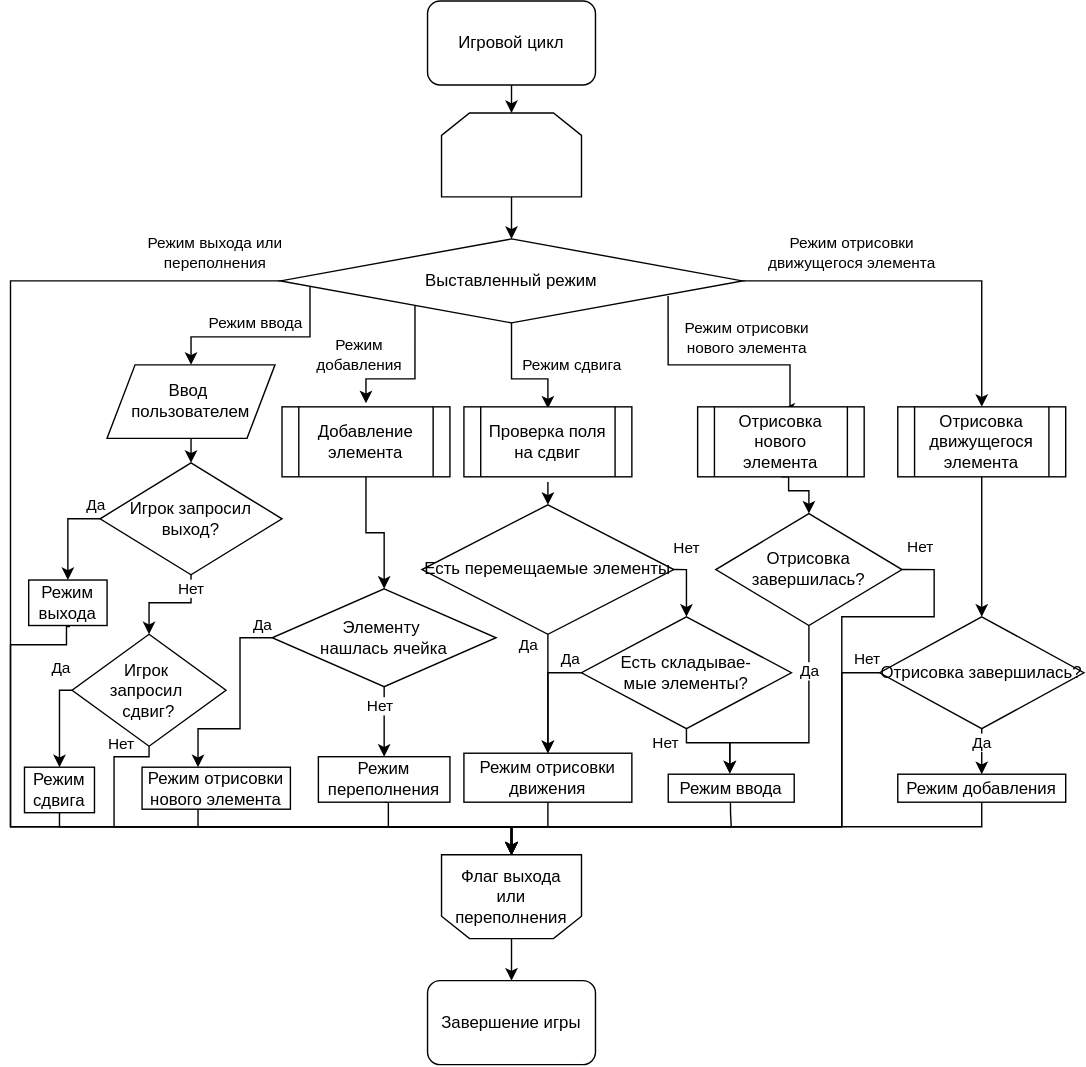
The draw.io diagram report/Игровой цикл.drawio.svg in zhigunovsemyon/2048, before a commit. Source tidied: cells renumbered, new cells last; positions are measured from the earlier drawing's top-left corner, leaving out a move shared by most shapes.
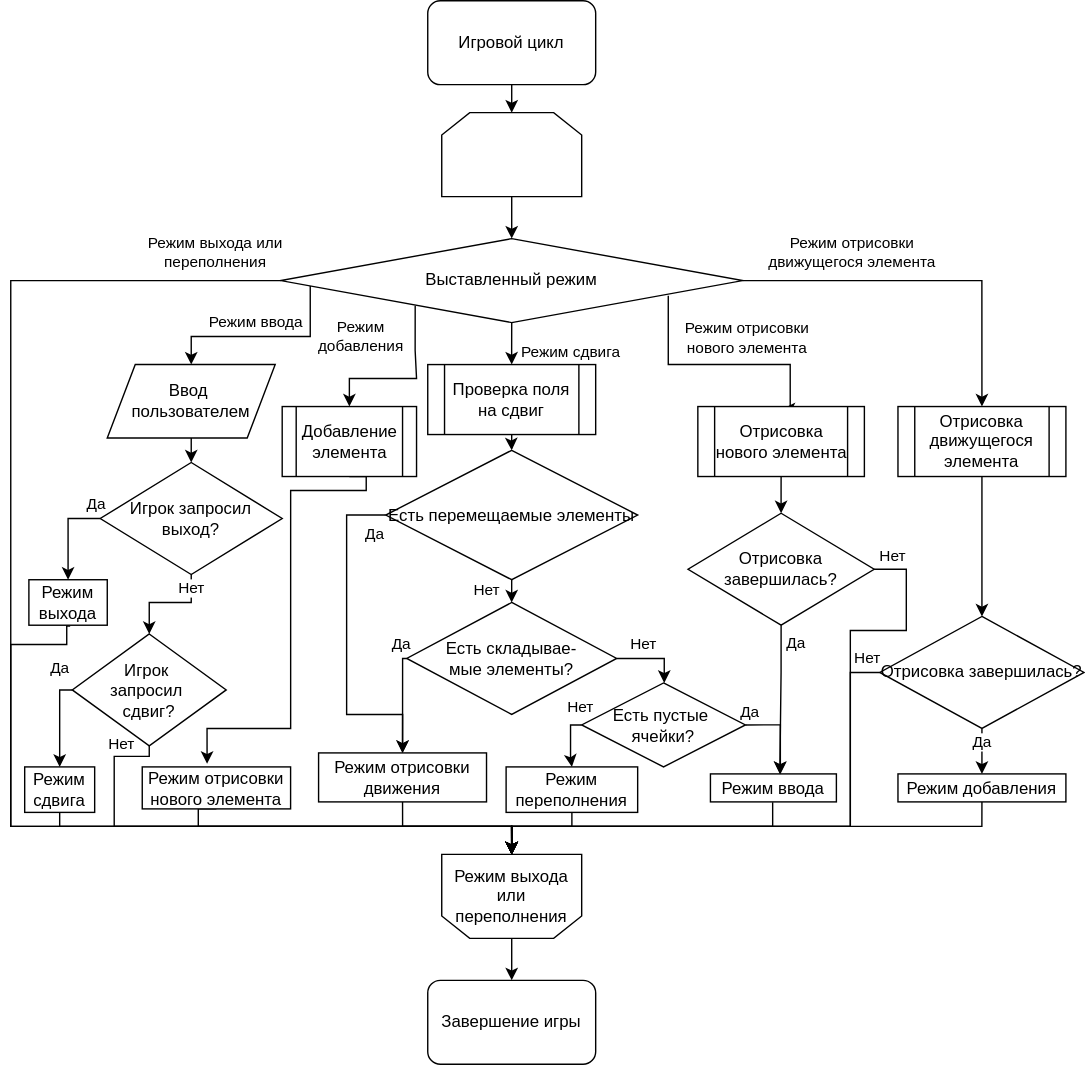
Above is the later version.

Commit message:
В очередной раз перерисовал игровой цикл

Change to the diagram source:
```diff
@@ -13,3 +13,3 @@
     </mxCell>
-    <mxCell id="5" value="&lt;div&gt;Флаг выхода&lt;/div&gt;&lt;div&gt;или переполнения&lt;br&gt;&lt;/div&gt;" style="shape=loopLimit;whiteSpace=wrap;html=1;rotation=0;flipH=0;flipV=1;" parent="1" vertex="1">
+    <mxCell id="5" value="&lt;div&gt;Режим выхода&lt;/div&gt;&lt;div&gt;или переполнения&lt;br&gt;&lt;/div&gt;" style="shape=loopLimit;whiteSpace=wrap;html=1;rotation=0;flipH=0;flipV=1;" parent="1" vertex="1">
       <mxGeometry x="308" y="610" width="100" height="60" as="geometry" />
@@ -65,8 +65,7 @@
     </mxCell>
-    <mxCell id="14" style="edgeStyle=orthogonalEdgeStyle;rounded=0;jettySize=auto;html=1;exitX=0.5;exitY=1;exitDx=0;exitDy=0;" parent="1" edge="1" source="16">
+    <mxCell id="14" style="edgeStyle=orthogonalEdgeStyle;rounded=0;jettySize=auto;html=1;exitX=0.5;exitY=1;exitDx=0;exitDy=0;entryX=0.5;entryY=0;entryDx=0;entryDy=0;" parent="1" edge="1" source="16" target="78">
       <mxGeometry relative="1" as="geometry">
-        <mxPoint x="384" y="291.2" as="targetPoint" />
         <Array as="points">
-          <mxPoint x="358" y="270" />
-          <mxPoint x="384" y="270" />
+          <mxPoint x="358" y="250" />
+          <mxPoint x="358" y="250" />
         </Array>
@@ -76,3 +75,3 @@
       <mxGeometry x="0.2" y="1" relative="1" as="geometry">
-        <mxPoint x="30" y="-9" as="offset" />
+        <mxPoint x="41" y="2" as="offset" />
       </mxGeometry>
@@ -115,4 +114,10 @@
     </mxCell>
-    <mxCell id="25" style="edgeStyle=orthogonalEdgeStyle;rounded=0;jettySize=auto;html=1;exitX=0.5;exitY=1;exitDx=0;exitDy=0;entryX=0.5;entryY=0;entryDx=0;entryDy=0;" parent="1" edge="1" source="29" target="35">
-      <mxGeometry relative="1" as="geometry" />
+    <mxCell id="25" style="edgeStyle=orthogonalEdgeStyle;rounded=0;jettySize=auto;html=1;exitX=0;exitY=0.5;exitDx=0;exitDy=0;entryX=0.5;entryY=0;entryDx=0;entryDy=0;" parent="1" edge="1" source="85" target="35">
+      <mxGeometry relative="1" as="geometry">
+        <Array as="points">
+          <mxPoint x="400" y="517" />
+          <mxPoint x="400" y="540" />
+          <mxPoint x="401" y="540" />
+        </Array>
+      </mxGeometry>
     </mxCell>
@@ -120,28 +125,11 @@
       <mxGeometry x="-0.33" y="1" relative="1" as="geometry">
-        <mxPoint x="-4" y="-3" as="offset" />
+        <mxPoint x="6" y="-18" as="offset" />
       </mxGeometry>
     </mxCell>
-    <mxCell id="27" style="edgeStyle=orthogonalEdgeStyle;rounded=0;jettySize=auto;html=1;exitX=0;exitY=0.5;exitDx=0;exitDy=0;" parent="1" edge="1" source="29" target="37">
-      <mxGeometry relative="1" as="geometry">
-        <Array as="points">
-          <mxPoint x="164" y="455" />
-          <mxPoint x="164" y="520" />
-          <mxPoint x="134" y="520" />
-        </Array>
-      </mxGeometry>
-    </mxCell>
-    <mxCell id="28" value="Да" style="edgeLabel;html=1;align=center;verticalAlign=middle;" parent="27" vertex="1">
-      <mxGeometry x="-0.51" y="-1" relative="1" as="geometry">
-        <mxPoint x="17" y="-22" as="offset" />
-      </mxGeometry>
-    </mxCell>
-    <mxCell id="29" value="&lt;div&gt;Элементу&amp;nbsp;&lt;/div&gt;&lt;div&gt;нашлась ячейка&lt;/div&gt;" style="rhombus;whiteSpace=wrap;html=1;" parent="1" vertex="1">
-      <mxGeometry x="187" y="420" width="160" height="70" as="geometry" />
-    </mxCell>
-    <mxCell id="30" style="endArrow=classic;html=1;rounded=0;exitX=0.291;exitY=0.799;exitDx=0;exitDy=0;entryX=0.5;entryY=0;entryDx=0;entryDy=0;exitPerimeter=0;" parent="1" edge="1" source="16">
+    <mxCell id="30" style="endArrow=classic;html=1;rounded=0;exitX=0.291;exitY=0.799;exitDx=0;exitDy=0;entryX=0.5;entryY=0;entryDx=0;entryDy=0;exitPerimeter=0;" parent="1" edge="1" source="16" target="33">
       <mxGeometry relative="1" as="geometry">
-        <mxPoint x="254" y="287.5" as="targetPoint" />
         <Array as="points">
-          <mxPoint x="289" y="270" />
-          <mxPoint x="254" y="270" />
+          <mxPoint x="289" y="250" />
+          <mxPoint x="290" y="270" />
+          <mxPoint x="242" y="270" />
         </Array>
@@ -151,22 +139,21 @@
       <mxGeometry x="-0.03" relative="1" as="geometry">
-        <mxPoint x="-40" y="-16" as="offset" />
+        <mxPoint x="-34" y="-30" as="offset" />
       </mxGeometry>
     </mxCell>
-    <mxCell id="32" style="edgeStyle=orthogonalEdgeStyle;rounded=0;jettySize=auto;html=1;exitX=0.5;exitY=1;exitDx=0;exitDy=0;entryX=0.5;entryY=0;entryDx=0;entryDy=0;" parent="1" edge="1" source="33" target="29">
-      <mxGeometry relative="1" as="geometry" />
+    <mxCell id="32" style="edgeStyle=orthogonalEdgeStyle;rounded=0;jettySize=auto;html=1;exitX=0.5;exitY=1;exitDx=0;exitDy=0;entryX=0.437;entryY=-0.074;entryDx=0;entryDy=0;entryPerimeter=0;" parent="1" edge="1" source="33" target="37">
+      <mxGeometry relative="1" as="geometry">
+        <Array as="points">
+          <mxPoint x="254" y="340" />
+          <mxPoint x="254" y="350" />
+          <mxPoint x="200" y="350" />
+          <mxPoint x="200" y="520" />
+          <mxPoint x="140" y="520" />
+        </Array>
+      </mxGeometry>
     </mxCell>
     <mxCell id="33" value="Добавление элемента" style="shape=process;whiteSpace=wrap;html=1;backgroundOutline=1;" parent="1" vertex="1">
-      <mxGeometry x="194" y="290" width="120" height="50" as="geometry" />
+      <mxGeometry x="194" y="290" width="96" height="50" as="geometry" />
     </mxCell>
-    <mxCell id="34" style="edgeStyle=orthogonalEdgeStyle;rounded=0;jettySize=auto;html=1;exitX=0.5;exitY=1;exitDx=0;exitDy=0;entryX=0.5;entryY=0;entryDx=0;entryDy=0;" parent="1" edge="1" source="35" target="5">
-      <mxGeometry relative="1" as="geometry">
-        <Array as="points">
-          <mxPoint x="270" y="573" />
-          <mxPoint x="270" y="590" />
-          <mxPoint x="358" y="590" />
-        </Array>
-      </mxGeometry>
-    </mxCell>
     <mxCell id="35" value="Режим переполнения" style="rounded=0;whiteSpace=wrap;html=1;" parent="1" vertex="1">
-      <mxGeometry x="220" y="540" width="94" height="32.5" as="geometry" />
+      <mxGeometry x="354" y="547.5" width="94" height="32.5" as="geometry" />
     </mxCell>
@@ -186,4 +173,4 @@
         <Array as="points">
-          <mxPoint x="594" y="480" />
-          <mxPoint x="594" y="590" />
+          <mxPoint x="600" y="480" />
+          <mxPoint x="600" y="590" />
           <mxPoint x="358" y="590" />
@@ -194,3 +181,3 @@
       <mxGeometry x="-0.7" y="1" relative="1" as="geometry">
-        <mxPoint x="55" y="-121" as="offset" />
+        <mxPoint x="29" y="-121" as="offset" />
       </mxGeometry>
@@ -214,4 +201,4 @@
         <Array as="points">
-          <mxPoint x="556" y="350" />
-          <mxPoint x="571" y="350" />
+          <mxPoint x="550" y="350" />
+          <mxPoint x="550" y="350" />
         </Array>
@@ -222,6 +209,6 @@
         <Array as="points">
-          <mxPoint x="660" y="406" />
-          <mxPoint x="660" y="440" />
-          <mxPoint x="594" y="440" />
-          <mxPoint x="594" y="590" />
+          <mxPoint x="640" y="406" />
+          <mxPoint x="640" y="450" />
+          <mxPoint x="600" y="450" />
+          <mxPoint x="600" y="590" />
           <mxPoint x="358" y="590" />
@@ -231,3 +218,3 @@
     <mxCell id="46" value="Отрисовка завершилась?" style="rhombus;whiteSpace=wrap;html=1;" parent="1" vertex="1">
-      <mxGeometry x="504" y="366.2" width="133" height="80" as="geometry" />
+      <mxGeometry x="484" y="366.2" width="133" height="80" as="geometry" />
     </mxCell>
@@ -236,5 +223,3 @@
         <Array as="points">
-          <mxPoint x="515" y="580" />
-          <mxPoint x="515" y="580" />
-          <mxPoint x="515" y="590" />
+          <mxPoint x="545" y="590" />
           <mxPoint x="358" y="590" />
@@ -244,10 +229,9 @@
     <mxCell id="48" value="Режим ввода" style="rounded=0;whiteSpace=wrap;html=1;" parent="1" vertex="1">
-      <mxGeometry x="470" y="552.5" width="90" height="20" as="geometry" />
+      <mxGeometry x="500" y="552.5" width="90" height="20" as="geometry" />
     </mxCell>
-    <mxCell id="49" style="edgeStyle=orthogonalEdgeStyle;rounded=0;jettySize=auto;html=1;exitX=0.5;exitY=1;exitDx=0;exitDy=0;" parent="1" edge="1" source="46">
+    <mxCell id="49" style="edgeStyle=orthogonalEdgeStyle;rounded=0;jettySize=auto;html=1;exitX=0.5;exitY=1;exitDx=0;exitDy=0;entryX=0.551;entryY=0.004;entryDx=0;entryDy=0;entryPerimeter=0;" parent="1" edge="1" source="46" target="48">
       <mxGeometry relative="1" as="geometry">
-        <mxPoint x="514" y="552" as="targetPoint" />
         <Array as="points">
-          <mxPoint x="571" y="530" />
-          <mxPoint x="514" y="530" />
+          <mxPoint x="551" y="480" />
+          <mxPoint x="550" y="480" />
         </Array>
@@ -257,3 +241,3 @@
       <mxGeometry x="-0.41" y="-2" relative="1" as="geometry">
-        <mxPoint x="2" y="-15" as="offset" />
+        <mxPoint x="12" y="-19" as="offset" />
       </mxGeometry>
@@ -271,9 +255,16 @@
     </mxCell>
-    <mxCell id="53" style="edgeStyle=orthogonalEdgeStyle;rounded=0;jettySize=auto;html=1;exitX=0.5;exitY=1;exitDx=0;exitDy=0;entryX=0.5;entryY=0;entryDx=0;entryDy=0;" parent="1" edge="1" target="59">
+    <mxCell id="53" style="edgeStyle=orthogonalEdgeStyle;rounded=0;jettySize=auto;html=1;exitX=0.5;exitY=1;exitDx=0;exitDy=0;entryX=0.5;entryY=0;entryDx=0;entryDy=0;" parent="1" edge="1" source="78" target="59">
       <mxGeometry relative="1" as="geometry">
-        <mxPoint x="384" y="343.8" as="sourcePoint" />
+        <Array as="points">
+          <mxPoint x="358" y="320" />
+          <mxPoint x="358" y="320" />
+        </Array>
       </mxGeometry>
     </mxCell>
-    <mxCell id="54" style="edgeStyle=orthogonalEdgeStyle;rounded=0;jettySize=auto;html=1;exitX=1;exitY=0.5;exitDx=0;exitDy=0;entryX=0.5;entryY=0;entryDx=0;entryDy=0;" parent="1" edge="1" source="59" target="63">
-      <mxGeometry relative="1" as="geometry" />
+    <mxCell id="54" style="edgeStyle=orthogonalEdgeStyle;rounded=0;jettySize=auto;html=1;exitX=0.5;exitY=1;exitDx=0;exitDy=0;entryX=0.5;entryY=0;entryDx=0;entryDy=0;" parent="1" edge="1" source="59" target="63">
+      <mxGeometry relative="1" as="geometry">
+        <Array as="points">
+          <mxPoint x="358" y="430" />
+        </Array>
+      </mxGeometry>
     </mxCell>
@@ -281,10 +272,11 @@
       <mxGeometry x="0.03" y="1" relative="1" as="geometry">
-        <mxPoint x="-1" y="-29" as="offset" />
+        <mxPoint x="-19" y="-2" as="offset" />
       </mxGeometry>
     </mxCell>
-    <mxCell id="56" style="edgeStyle=orthogonalEdgeStyle;rounded=0;jettySize=auto;html=1;exitX=0.5;exitY=1;exitDx=0;exitDy=0;entryX=0.5;entryY=0;entryDx=0;entryDy=0;" parent="1" edge="1" source="59" target="65">
+    <mxCell id="56" style="edgeStyle=orthogonalEdgeStyle;rounded=0;jettySize=auto;html=1;exitX=0;exitY=0.5;exitDx=0;exitDy=0;entryX=0.5;entryY=0;entryDx=0;entryDy=0;" parent="1" edge="1" source="59" target="65">
       <mxGeometry relative="1" as="geometry">
         <Array as="points">
-          <mxPoint x="384" y="510" />
-          <mxPoint x="384" y="510" />
+          <mxPoint x="240" y="368" />
+          <mxPoint x="240" y="510" />
+          <mxPoint x="280" y="510" />
         </Array>
@@ -292,10 +284,5 @@
     </mxCell>
-    <mxCell id="57" value="Да" style="edgeLabel;html=1;align=center;verticalAlign=middle;" parent="56" vertex="1">
-      <mxGeometry x="-0.06" y="-2" relative="1" as="geometry">
-        <mxPoint x="18" y="-23" as="offset" />
-      </mxGeometry>
-    </mxCell>
     <mxCell id="58" value="Да" style="edgeLabel;html=1;align=center;verticalAlign=middle;" parent="56" vertex="1">
       <mxGeometry x="-0.69" relative="1" as="geometry">
-        <mxPoint x="-14" y="-6" as="offset" />
+        <mxPoint x="20" y="4" as="offset" />
       </mxGeometry>
@@ -303,3 +290,3 @@
     <mxCell id="59" value="Есть перемещаемые элементы" style="rhombus;whiteSpace=wrap;html=1;" parent="1" vertex="1">
-      <mxGeometry x="294" y="360" width="180" height="92.5" as="geometry" />
+      <mxGeometry x="268" y="321.2" width="180" height="92.5" as="geometry" />
     </mxCell>
@@ -308,3 +295,3 @@
         <Array as="points">
-          <mxPoint x="384" y="480" />
+          <mxPoint x="280" y="470" />
         </Array>
@@ -312,15 +299,18 @@
     </mxCell>
-    <mxCell id="61" style="edgeStyle=orthogonalEdgeStyle;rounded=0;jettySize=auto;html=1;exitX=0.5;exitY=1;exitDx=0;exitDy=0;" parent="1" edge="1" source="63">
-      <mxGeometry relative="1" as="geometry">
-        <mxPoint x="514" y="552" as="targetPoint" />
-        <Array as="points">
-          <mxPoint x="489" y="530" />
-          <mxPoint x="514" y="530" />
-          <mxPoint x="514" y="552" />
-        </Array>
-      </mxGeometry>
-    </mxCell>
+    <mxCell id="81" value="Да" style="edgeLabel;html=1;align=center;verticalAlign=middle;" parent="60" vertex="1">
+      <mxGeometry x="-0.93" relative="1" as="geometry">
+        <mxPoint x="-1" y="-10" as="offset" />
+      </mxGeometry>
+    </mxCell>
+    <mxCell id="82" style="edgeStyle=orthogonalEdgeStyle;rounded=0;jettySize=auto;html=1;exitX=1;exitY=0.5;exitDx=0;exitDy=0;entryX=0.5;entryY=0;entryDx=0;entryDy=0;" parent="1" edge="1" source="63" target="85">
+      <mxGeometry relative="1" as="geometry">
+        <Array as="points">
+          <mxPoint x="467" y="470" />
+          <mxPoint x="467" y="487" />
+        </Array>
+      </mxGeometry>
+    </mxCell>
-    <mxCell id="62" value="Нет" style="edgeLabel;html=1;align=center;verticalAlign=middle;" parent="61" vertex="1">
-      <mxGeometry x="-0.69" relative="1" as="geometry">
-        <mxPoint x="-15" as="offset" />
+    <mxCell id="62" value="Нет" style="edgeLabel;html=1;align=center;verticalAlign=middle;" parent="82" vertex="1">
+      <mxGeometry x="-0.43" y="-1" relative="1" as="geometry">
+        <mxPoint x="4" y="-11" as="offset" />
       </mxGeometry>
@@ -328,3 +318,3 @@
     <mxCell id="63" value="&lt;div&gt;Есть складывае-&lt;/div&gt;&lt;div&gt;мые элементы?&lt;/div&gt;" style="rhombus;whiteSpace=wrap;html=1;" parent="1" vertex="1">
-      <mxGeometry x="408" y="440" width="150" height="80" as="geometry" />
+      <mxGeometry x="283" y="430" width="150" height="80" as="geometry" />
     </mxCell>
@@ -333,3 +323,3 @@
         <Array as="points">
-          <mxPoint x="384" y="590" />
+          <mxPoint x="280" y="590" />
           <mxPoint x="358" y="590" />
@@ -339,3 +329,3 @@
     <mxCell id="65" value="Режим отрисовки движения" style="rounded=0;whiteSpace=wrap;html=1;" parent="1" vertex="1">
-      <mxGeometry x="324" y="537.5" width="120" height="35" as="geometry" />
+      <mxGeometry x="220" y="537.5" width="120" height="35" as="geometry" />
     </mxCell>
@@ -410,3 +400,3 @@
     <mxCell id="78" value="Проверка поля на сдвиг" style="shape=process;whiteSpace=wrap;html=1;backgroundOutline=1;" parent="1" vertex="1">
-      <mxGeometry x="324" y="290" width="120" height="50" as="geometry" />
+      <mxGeometry x="298" y="260" width="120" height="50" as="geometry" />
     </mxCell>
@@ -418,2 +408,26 @@
     </mxCell>
+    <mxCell id="83" style="edgeStyle=orthogonalEdgeStyle;rounded=0;jettySize=auto;html=1;exitX=1;exitY=0.5;exitDx=0;exitDy=0;entryX=0.549;entryY=0.008;entryDx=0;entryDy=0;entryPerimeter=0;" parent="1" edge="1" source="85" target="48">
+      <mxGeometry relative="1" as="geometry">
+        <Array as="points">
+          <mxPoint x="550" y="517" />
+          <mxPoint x="550" y="553" />
+        </Array>
+      </mxGeometry>
+    </mxCell>
+    <mxCell id="84" value="Да" style="edgeLabel;html=1;align=center;verticalAlign=middle;" parent="83" vertex="1">
+      <mxGeometry x="-0.38" relative="1" as="geometry">
+        <mxPoint x="-17" y="-10" as="offset" />
+      </mxGeometry>
+    </mxCell>
+    <mxCell id="85" value="&lt;div&gt;Есть пустые&amp;nbsp;&lt;/div&gt;&lt;div&gt;ячейки?&lt;/div&gt;" style="rhombus;whiteSpace=wrap;html=1;" parent="1" vertex="1">
+      <mxGeometry x="408" y="487.5" width="117" height="60" as="geometry" />
+    </mxCell>
+    <mxCell id="34" style="edgeStyle=orthogonalEdgeStyle;rounded=0;jettySize=auto;html=1;exitX=0.5;exitY=1;exitDx=0;exitDy=0;entryX=0.5;entryY=0;entryDx=0;entryDy=0;" parent="1" edge="1" source="35" target="5">
+      <mxGeometry relative="1" as="geometry">
+        <Array as="points">
+          <mxPoint x="401" y="590" />
+          <mxPoint x="358" y="590" />
+        </Array>
+      </mxGeometry>
+    </mxCell>
   </root>
```
